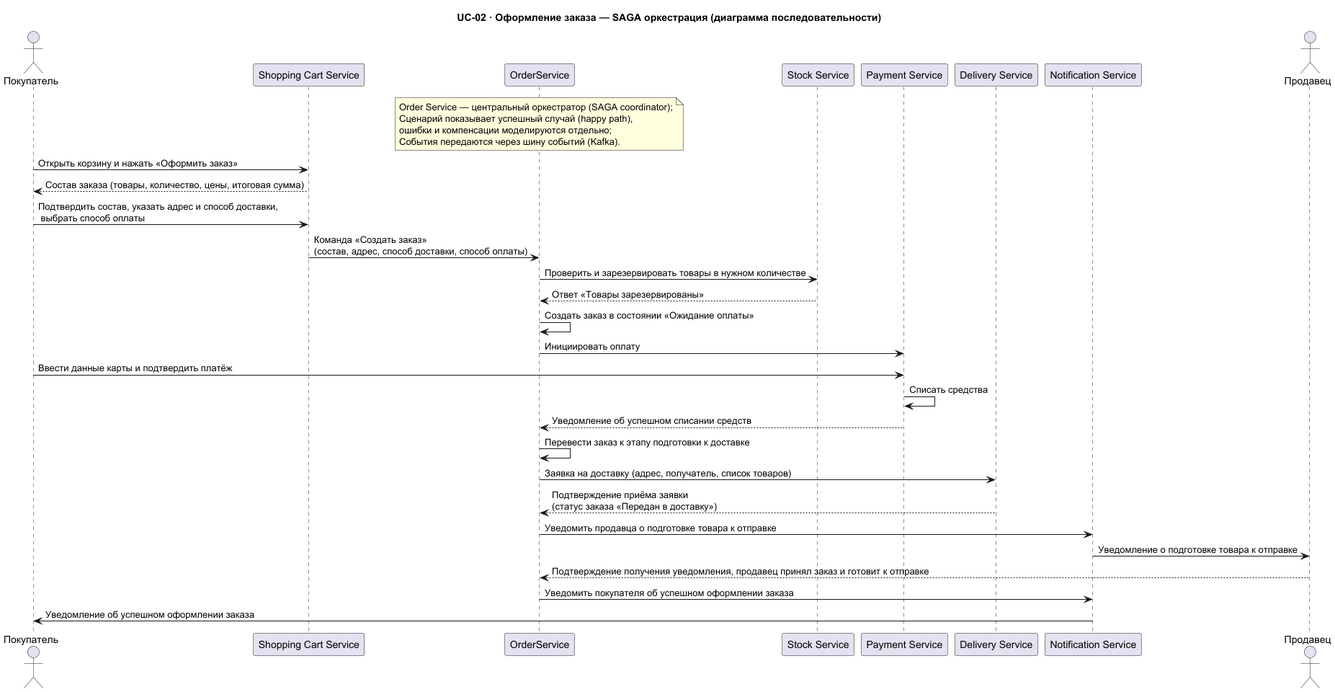
Earlier version of the PlantUML export Task1/seq-order-placement-detailed-orchestration.png (Babikoff/MSA-3-NovaMarket). The source it was exported from:
```plantuml
@startuml
title UC-02 · Оформление заказа — SAGA оркестрация (диаграмма последовательности)

note over OrderService : Order Service — центральный оркестратор (SAGA coordinator);\nСценарий показывает успешный случай (happy path),\nошибки и компенсации моделируются отдельно;\nСобытия передаются через шину событий (Kafka).

actor "Покупатель" as buyer
participant "Shopping Cart Service" as ShoppingCartService
participant "Order Service" as OrderService
participant "Stock Service" as StockService
participant "Payment Service" as PaymentService
participant "Delivery Service" as DeliveryService
participant "Notification Service" as NotificationService
actor "Продавец" as seller

buyer -> ShoppingCartService : Открыть корзину и нажать «Оформить заказ»
ShoppingCartService --> buyer : Состав заказа (товары, количество, цены, итоговая сумма)

buyer -> ShoppingCartService : Подтвердить состав, указать адрес и способ доставки,\n выбрать способ оплаты
ShoppingCartService -> OrderService : Команда «Создать заказ»\n(состав, адрес, способ доставки, способ оплаты)

OrderService -> StockService : Проверить и зарезервировать товары в нужном количестве
StockService --> OrderService : Ответ «Товары зарезервированы»

OrderService -> OrderService : Создать заказ в состоянии «Ожидание оплаты»
OrderService -> PaymentService : Инициировать оплату

buyer -> PaymentService : Ввести данные карты и подтвердить платёж
PaymentService -> PaymentService : Списать средства
PaymentService --> OrderService : Уведомление об успешном списании средств

OrderService -> OrderService : Перевести заказ к этапу подготовки к доставке
OrderService -> DeliveryService : Заявка на доставку (адрес, получатель, список товаров)
DeliveryService --> OrderService : Подтверждение приёма заявки\n(статус заказа «Передан в доставку»)

OrderService -> NotificationService : Уведомить продавца о подготовке товара к отправке
NotificationService -> seller : Уведомление о подготовке товара к отправке
seller --> OrderService : Подтверждение получения уведомления, продавец принял заказ и готовит к отправке

OrderService -> NotificationService : Уведомить покупателя об успешном оформлении заказа
NotificationService -> buyer : Уведомление об успешном оформлении заказа

@enduml
```
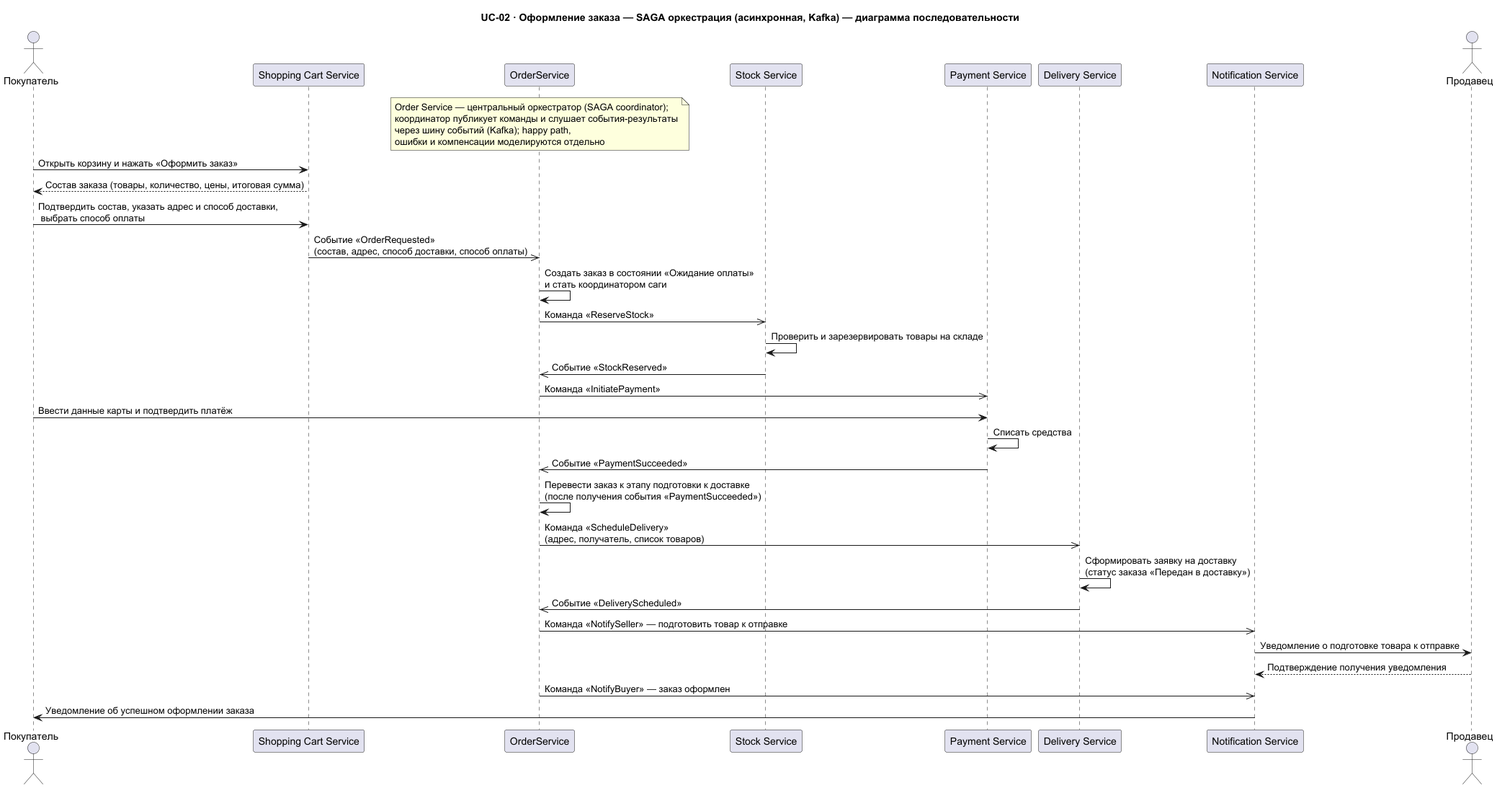
After the commit.

What changed in the source:
```diff
@@ -1,7 +1,7 @@
 @startuml
-title UC-02 · Оформление заказа — SAGA оркестрация (диаграмма последовательности)
+title UC-02 · Оформление заказа — SAGA оркестрация (асинхронная, Kafka) — диаграмма последовательности
 
-note over OrderService : Order Service — центральный оркестратор (SAGA coordinator);\nСценарий показывает успешный случай (happy path),\nошибки и компенсации моделируются отдельно;\nСобытия передаются через шину событий (Kafka).
+note over OrderService : Order Service — центральный оркестратор (SAGA coordinator);\nкоординатор публикует команды и слушает события-результаты\nчерез шину событий (Kafka); happy path,\nошибки и компенсации моделируются отдельно
 
 actor "Покупатель" as buyer
 participant "Shopping Cart Service" as ShoppingCartService
@@ -16,27 +16,28 @@
 ShoppingCartService --> buyer : Состав заказа (товары, количество, цены, итоговая сумма)
 
 buyer -> ShoppingCartService : Подтвердить состав, указать адрес и способ доставки,\n выбрать способ оплаты
-ShoppingCartService -> OrderService : Команда «Создать заказ»\n(состав, адрес, способ доставки, способ оплаты)
+ShoppingCartService ->> OrderService : Событие «OrderRequested»\n(состав, адрес, способ доставки, способ оплаты)
 
-OrderService -> StockService : Проверить и зарезервировать товары в нужном количестве
-StockService --> OrderService : Ответ «Товары зарезервированы»
+OrderService -> OrderService : Создать заказ в состоянии «Ожидание оплаты»\nи стать координатором саги
+OrderService ->> StockService : Команда «ReserveStock»
+StockService -> StockService : Проверить и зарезервировать товары на складе
+StockService ->> OrderService : Событие «StockReserved»
 
-OrderService -> OrderService : Создать заказ в состоянии «Ожидание оплаты»
-OrderService -> PaymentService : Инициировать оплату
-
+OrderService ->> PaymentService : Команда «InitiatePayment»
 buyer -> PaymentService : Ввести данные карты и подтвердить платёж
 PaymentService -> PaymentService : Списать средства
-PaymentService --> OrderService : Уведомление об успешном списании средств
+PaymentService ->> OrderService : Событие «PaymentSucceeded»
 
-OrderService -> OrderService : Перевести заказ к этапу подготовки к доставке
-OrderService -> DeliveryService : Заявка на доставку (адрес, получатель, список товаров)
-DeliveryService --> OrderService : Подтверждение приёма заявки\n(статус заказа «Передан в доставку»)
+OrderService -> OrderService : Перевести заказ к этапу подготовки к доставке\n(после получения события «PaymentSucceeded»)
+OrderService ->> DeliveryService : Команда «ScheduleDelivery»\n(адрес, получатель, список товаров)
+DeliveryService -> DeliveryService : Сформировать заявку на доставку\n(статус заказа «Передан в доставку»)
+DeliveryService ->> OrderService : Событие «DeliveryScheduled»
 
-OrderService -> NotificationService : Уведомить продавца о подготовке товара к отправке
+OrderService ->> NotificationService : Команда «NotifySeller» — подготовить товар к отправке
 NotificationService -> seller : Уведомление о подготовке товара к отправке
-seller --> OrderService : Подтверждение получения уведомления, продавец принял заказ и готовит к отправке
+seller --> NotificationService : Подтверждение получения уведомления
 
-OrderService -> NotificationService : Уведомить покупателя об успешном оформлении заказа
+OrderService ->> NotificationService : Команда «NotifyBuyer» — заказ оформлен
 NotificationService -> buyer : Уведомление об успешном оформлении заказа
 
 @enduml
```
